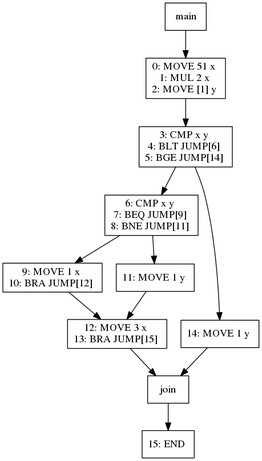
Before: viz/test001.dot.png, a diagram exported from Graphviz (jiahanwang/PL241-Compiler). Its source is kept beside it as viz/test001.dot.
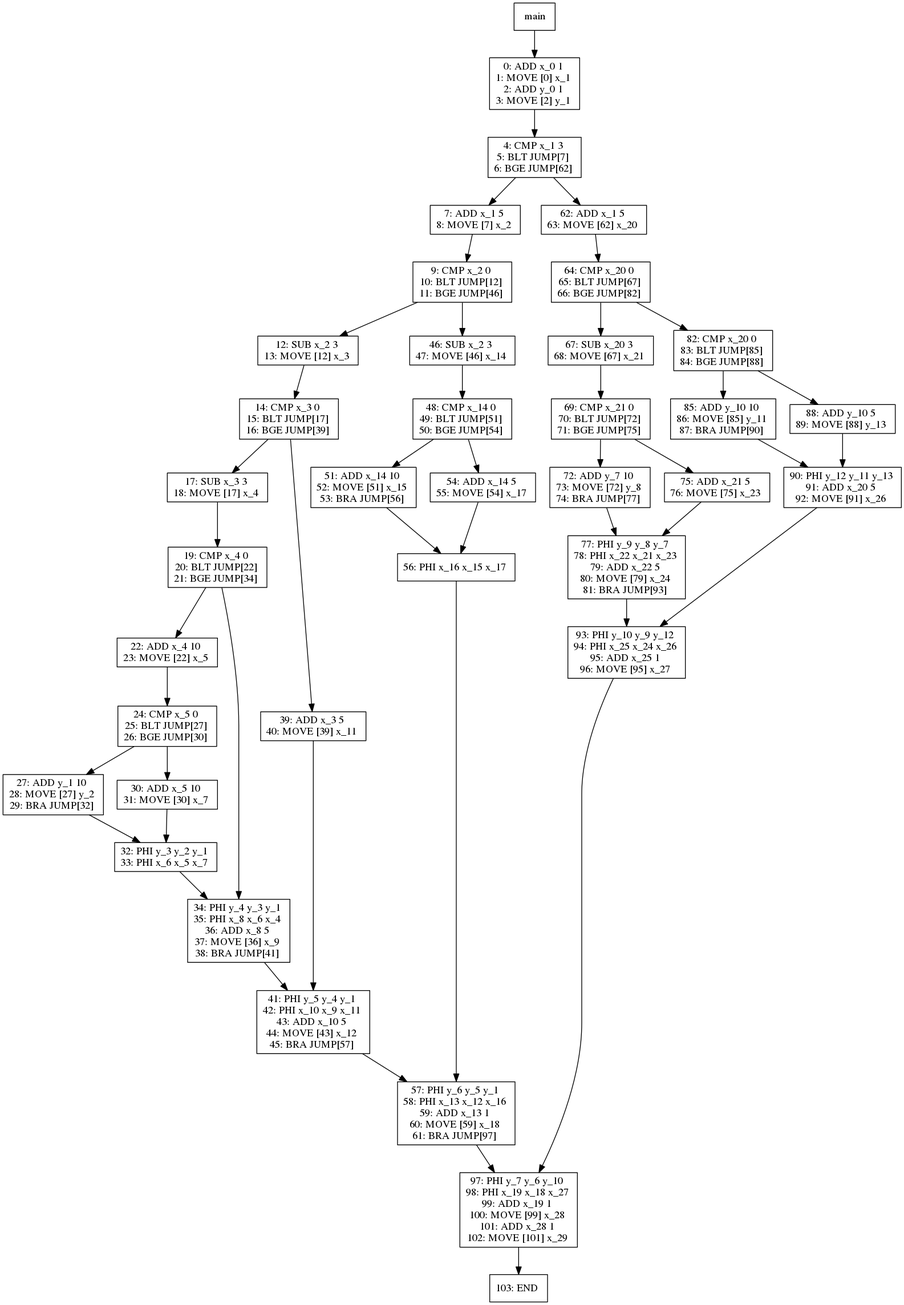
Above is the later version.

The edit, as a diff of the source:
```diff
@@ -2,39 +2,12 @@
 node [shape=box]
 1[label="main"]
 1 -> 3
-3[label="0: MOVE 51 x
-1: MUL 2 x
-2: MOVE [1] y
+3[label="0: MOVE 51 x_1
+1: MUL 2 x_1
+2: MOVE [1] y_1
+3: WRITE y_1
 "]
-3 -> 5
-5[label="3: CMP x y
-4: BLT JUMP[6]
-5: BGE JUMP[14]
+3 -> 6
+6[label="4: END
 "]
-5 -> 7
-7[label="6: CMP x y
-7: BEQ JUMP[9]
-8: BNE JUMP[11]
-"]
-7 -> 9
-9[label="9: MOVE 1 x
-10: BRA JUMP[12]
-"]
-9 -> 8
-8[label="12: MOVE 3 x
-13: BRA JUMP[15]
-"]
-8 -> 6
-6[label="join"]
-6 -> 13
-13[label="15: END
-"]
-7 -> 10
-10[label="11: MOVE 1 y
-"]
-10 -> 8
-5 -> 12
-12[label="14: MOVE 1 y
-"]
-12 -> 6
 }
```
